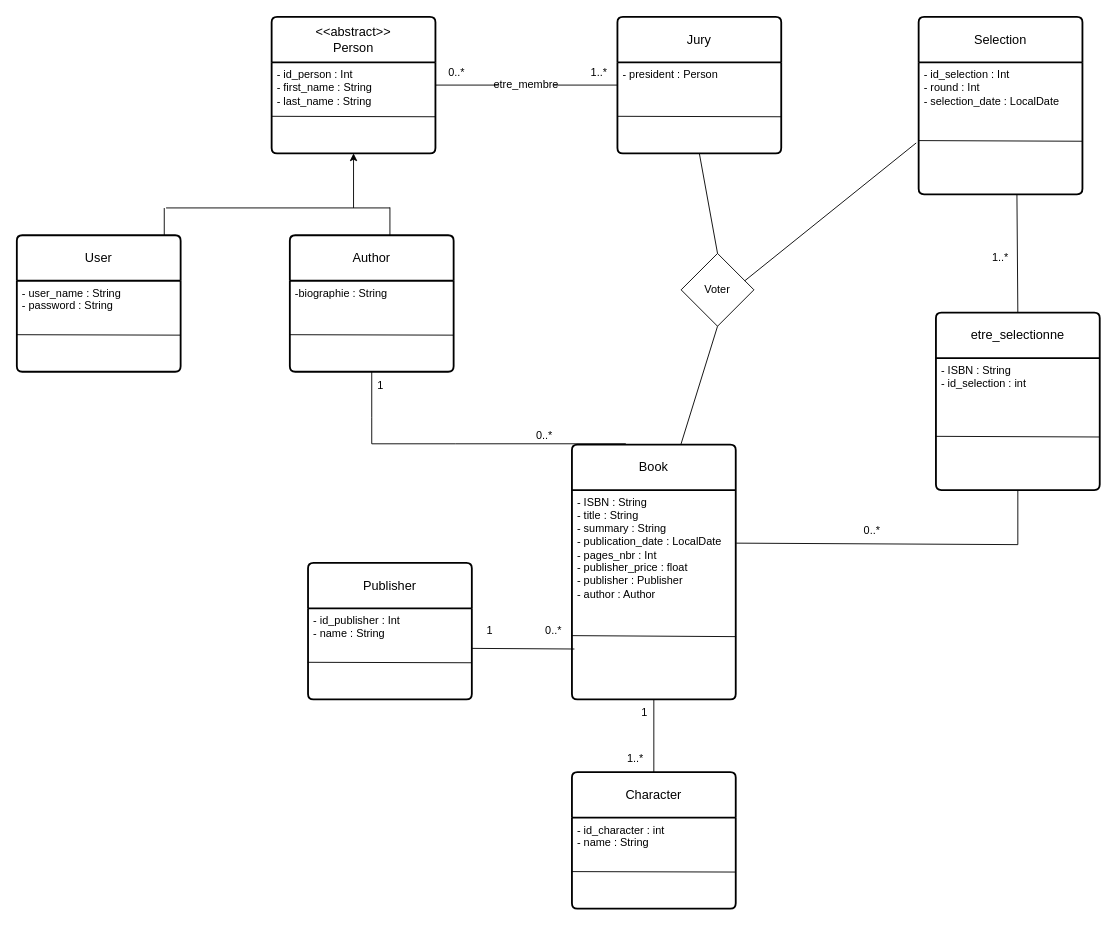
This is page "Diagramme de classe" (1 of 8) of conception/UML Goncourt.drawio from PinsolleP/prix-Goncourt-2026, a draw.io file, before an edit. Source tidied: cells renumbered, new cells numbered last; positions are measured from the earlier drawing's top-left corner, leaving out a move shared by most shapes. Both pictures are drawn from the tidied source at 91%, with x=0, y=0 at pixel (16, 16).
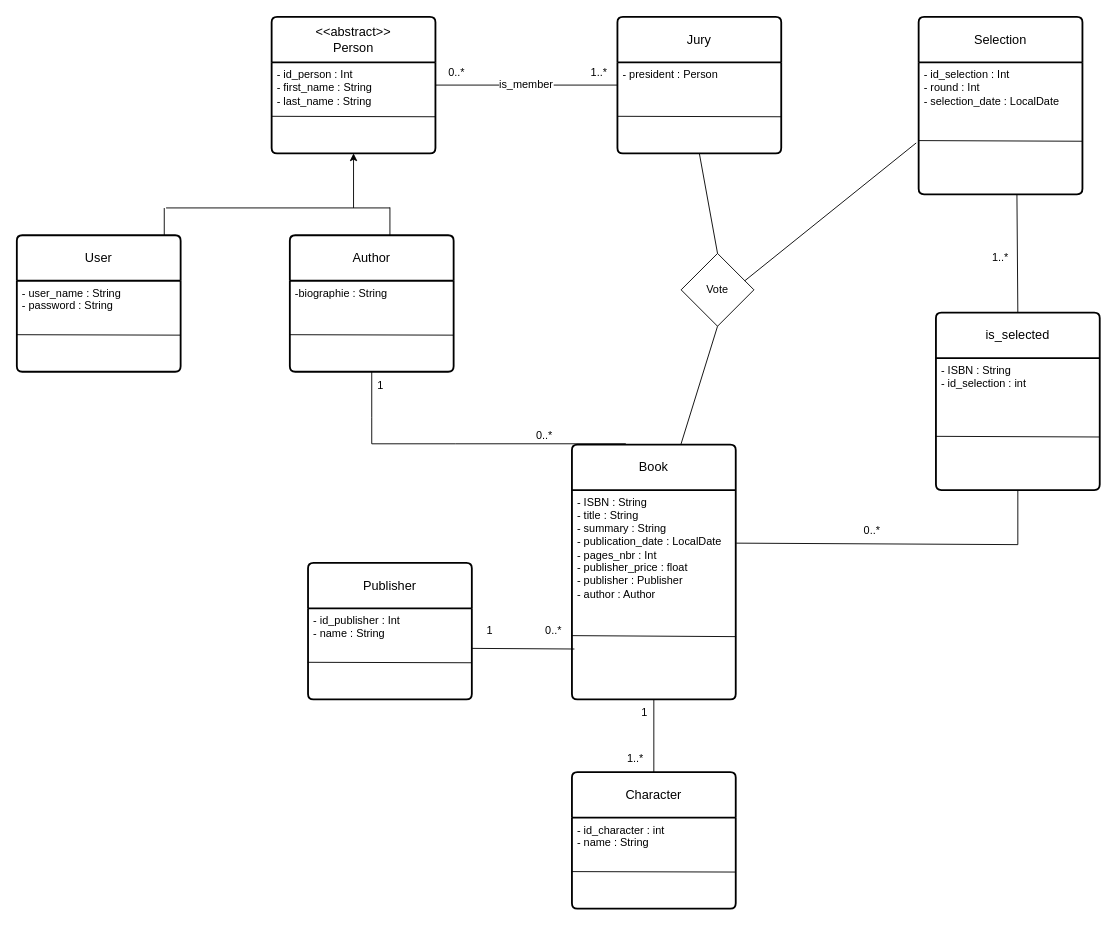
After the change.

Commit message:
Mise à jour des noms en Anglais

The edit, as a diff of the source:
```diff
@@
-    <mxCell id="25" value="etre_selectionne" style="swimlane;horizontal=1;startSize=50;rounded=1;fontSize=14;fontStyle=0;strokeWidth=2;shadow=0;dashed=0;align=center;arcSize=4;whiteSpace=wrap;html=1;" parent="1" vertex="1">
+    <mxCell id="25" value="is_selected" style="swimlane;horizontal=1;startSize=50;rounded=1;fontSize=14;fontStyle=0;strokeWidth=2;shadow=0;dashed=0;align=center;arcSize=4;whiteSpace=wrap;html=1;" parent="1" vertex="1">
       <mxGeometry x="1010" y="325" width="180" height="195" as="geometry" />
     </mxCell>
@@
-    <mxCell id="48" value="Voter" style="rhombus;whiteSpace=wrap;html=1;shapeInside=1;" parent="1" vertex="1">
+    <mxCell id="48" value="Vote" style="rhombus;whiteSpace=wrap;html=1;shapeInside=1;" parent="1" vertex="1">
       <mxGeometry x="730" y="260" width="80" height="80" as="geometry" />
     </mxCell>
@@
-    <mxCell id="54" value="etre_membre" style="text;html=1;whiteSpace=wrap;strokeColor=none;fillColor=none;align=center;verticalAlign=middle;rounded=0;" parent="1" vertex="1">
+    <mxCell id="54" value="is_member" style="text;html=1;whiteSpace=wrap;strokeColor=none;fillColor=none;align=center;verticalAlign=middle;rounded=0;" parent="1" vertex="1">
       <mxGeometry x="530" y="60" width="60" height="30" as="geometry" />
     </mxCell>
```
